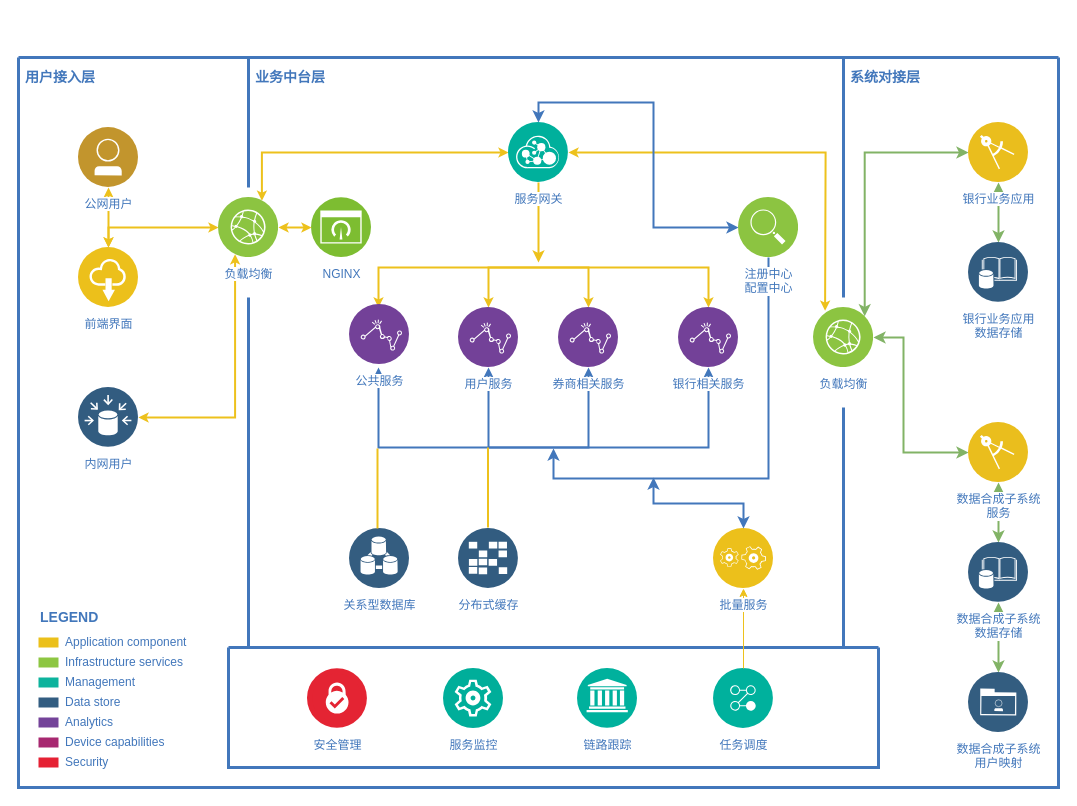
The draw.io diagram documents/未命名绘图.drawio in F46886799/springboot-in-action, before the edit. Source tidied: cells renumbered, new cells numbered last; positions are measured from the earlier drawing's top-left corner, leaving out a move shared by most shapes. Both pictures are drawn from the tidied source at 100%, with x=0, y=0 at pixel (18, 57).
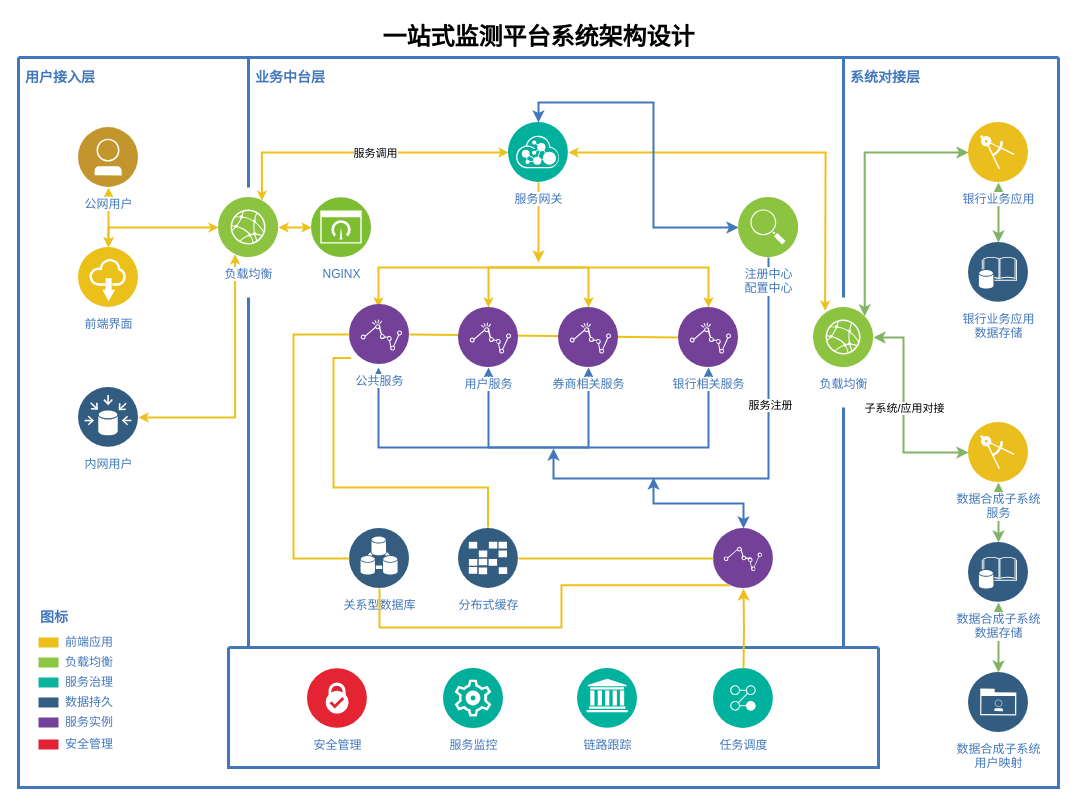
The same diagram, later.

Commit message (it also covers changes not shown here):
更新未命名绘图.drawio

Unchanged cells that the change refers to:
```xml
<mxCell id="2" style="swimlane;shadow=0;strokeColor=#4277BB;fillColor=#ffffff;fontColor=none;align=right;startSize=0;noLabel=1;strokeWidth=3;" parent="1" vertex="1">
  <mxGeometry width="1040" height="730" as="geometry" />
</mxCell>
<mxCell id="6" style="edgeStyle=orthogonalEdgeStyle;rounded=0;html=1;entryX=0.75;entryY=0;labelBackgroundColor=#ffffff;jettySize=auto;strokeColor=#EDC11C;fontColor=#000000;startArrow=classic;strokeWidth=2;endSize=4;startSize=4;" parent="2" edge="1" source="17" target="15">
  <mxGeometry relative="1" as="geometry">
    <Array as="points">
      <mxPoint x="243" y="95" />
    </Array>
  </mxGeometry>
</mxCell>
<mxCell id="19" value="银行相关服务" style="perimeter=ellipsePerimeter;html=1;align=center;shadow=0;dashed=0;image;image=img/lib/ibm/analytics/analytics.svg;strokeColor=#FF0000;fillColor=#FFFF66;gradientColor=none;fontColor=#4277BB;labelBackgroundColor=#ffffff;spacingTop=3;" parent="2" vertex="1">
  <mxGeometry x="660" y="250" width="60" height="60" as="geometry" />
</mxCell>
<mxCell id="20" value="关系型数据库" style="perimeter=ellipsePerimeter;html=1;align=center;shadow=0;dashed=0;image;image=img/lib/ibm/data/device_registry.svg;strokeColor=#FF0000;fillColor=#FFFF66;gradientColor=none;fontColor=#4277BB;labelBackgroundColor=#ffffff;spacingTop=3;" parent="2" vertex="1">
  <mxGeometry x="331" y="471" width="60" height="60" as="geometry" />
</mxCell>
<mxCell id="22" style="edgeStyle=orthogonalEdgeStyle;rounded=0;jettySize=auto;html=1;startArrow=classic;startFill=1;exitX=0;exitY=0.5;exitDx=0;exitDy=0;fillColor=#d5e8d4;strokeColor=#82b366;strokeWidth=2;" parent="2" edge="1" source="23" target="53">
  <mxGeometry relative="1" as="geometry">
    <Array as="points">
      <mxPoint x="885" y="395" />
      <mxPoint x="885" y="280" />
    </Array>
  </mxGeometry>
</mxCell>
<mxCell id="31" value="任务调度" style="image;perimeter=ellipsePerimeter;html=1;align=center;shadow=0;dashed=0;fontColor=#4277BB;labelBackgroundColor=default;fontSize=12;spacingTop=3;image=img/lib/ibm/management/process_management.svg;" parent="27" vertex="1">
  <mxGeometry x="485" y="21" width="60" height="60" as="geometry" />
</mxCell>
<mxCell id="48" style="edgeStyle=orthogonalEdgeStyle;rounded=0;jettySize=auto;html=1;strokeColor=#4277bb;strokeWidth=2;" parent="2" edge="1" source="49">
  <mxGeometry relative="1" as="geometry">
    <mxPoint x="535" y="391" as="targetPoint" />
    <Array as="points">
      <mxPoint x="750" y="421" />
      <mxPoint x="535" y="421" />
    </Array>
  </mxGeometry>
</mxCell>
<mxCell id="58" value="分布式缓存" style="image;perimeter=ellipsePerimeter;html=1;align=center;shadow=0;dashed=0;fontColor=#4277BB;labelBackgroundColor=default;fontSize=12;spacingTop=3;image=img/lib/ibm/data/caches.svg;" parent="2" vertex="1">
  <mxGeometry x="440" y="471" width="60" height="60" as="geometry" />
</mxCell>
<mxCell id="59" value="公共服务" style="perimeter=ellipsePerimeter;html=1;align=center;shadow=0;dashed=0;image;image=img/lib/ibm/analytics/analytics.svg;strokeColor=#FF0000;fillColor=#FFFF66;gradientColor=none;fontColor=#4277BB;labelBackgroundColor=#ffffff;spacingTop=3;" parent="2" vertex="1">
  <mxGeometry x="331" y="247" width="60" height="60" as="geometry" />
</mxCell>
```

The edit, as a diff of the source:
```diff
@@
+    <mxCell id="65" style="endArrow=none;html=1;rounded=0;exitX=1;exitY=0.5;exitDx=0;exitDy=0;entryX=0;entryY=0.5;entryDx=0;entryDy=0;strokeColor=#edc11c;strokeWidth=2;" parent="2" edge="1" source="59" target="19">
+      <mxGeometry relative="1" as="geometry" />
+    </mxCell>
@@
+    <mxCell id="66" value="服务调用" style="edgeLabel;html=1;align=center;verticalAlign=middle;" parent="6" vertex="1">
+      <mxGeometry x="-0.1" relative="1" as="geometry">
+        <mxPoint x="-1" as="offset" />
+      </mxGeometry>
+    </mxCell>
@@
+    <mxCell id="67" value="子系统/应用对接" style="edgeLabel;html=1;align=center;verticalAlign=middle;" parent="22" vertex="1">
+      <mxGeometry x="0.05" relative="1" as="geometry" />
+    </mxCell>
@@
-    <mxCell id="39" value="Application component" style="rounded=0;html=1;shadow=0;labelBackgroundColor=none;strokeColor=none;strokeWidth=2;fillColor=#EBC01A;gradientColor=none;fontSize=12;fontColor=#4277BB;align=left;labelPosition=right;verticalLabelPosition=middle;verticalAlign=middle;spacingLeft=5;" parent="2" vertex="1">
+    <mxCell id="39" value="前端应用" style="rounded=0;html=1;shadow=0;labelBackgroundColor=none;strokeColor=none;strokeWidth=2;fillColor=#EBC01A;gradientColor=none;fontSize=12;fontColor=#4277BB;align=left;labelPosition=right;verticalLabelPosition=middle;verticalAlign=middle;spacingLeft=5;" parent="2" vertex="1">
       <mxGeometry x="20" y="580" width="20" height="10" as="geometry" />
     </mxCell>
-    <mxCell id="40" value="Infrastructure services" style="rounded=0;html=1;shadow=0;labelBackgroundColor=none;strokeColor=none;strokeWidth=2;fillColor=#8DC642;gradientColor=none;fontSize=12;fontColor=#4277BB;align=left;labelPosition=right;verticalLabelPosition=middle;verticalAlign=middle;spacingLeft=5;" parent="2" vertex="1">
+    <mxCell id="40" value="负载均衡" style="rounded=0;html=1;shadow=0;labelBackgroundColor=none;strokeColor=none;strokeWidth=2;fillColor=#8DC642;gradientColor=none;fontSize=12;fontColor=#4277BB;align=left;labelPosition=right;verticalLabelPosition=middle;verticalAlign=middle;spacingLeft=5;" parent="2" vertex="1">
       <mxGeometry x="20" y="600" width="20" height="10" as="geometry" />
     </mxCell>
-    <mxCell id="41" value="Management" style="rounded=0;html=1;shadow=0;labelBackgroundColor=none;strokeColor=none;strokeWidth=2;fillColor=#0DB39D;gradientColor=none;fontSize=12;fontColor=#4277BB;align=left;labelPosition=right;verticalLabelPosition=middle;verticalAlign=middle;spacingLeft=5;" parent="2" vertex="1">
+    <mxCell id="41" value="服务治理" style="rounded=0;html=1;shadow=0;labelBackgroundColor=none;strokeColor=none;strokeWidth=2;fillColor=#0DB39D;gradientColor=none;fontSize=12;fontColor=#4277BB;align=left;labelPosition=right;verticalLabelPosition=middle;verticalAlign=middle;spacingLeft=5;" parent="2" vertex="1">
       <mxGeometry x="20" y="620" width="20" height="10" as="geometry" />
     </mxCell>
-    <mxCell id="42" value="Data store" style="rounded=0;html=1;shadow=0;labelBackgroundColor=none;strokeColor=none;strokeWidth=2;fillColor=#335D81;gradientColor=none;fontSize=12;fontColor=#4277BB;align=left;labelPosition=right;verticalLabelPosition=middle;verticalAlign=middle;spacingLeft=5;" parent="2" vertex="1">
+    <mxCell id="42" value="数据持久" style="rounded=0;html=1;shadow=0;labelBackgroundColor=none;strokeColor=none;strokeWidth=2;fillColor=#335D81;gradientColor=none;fontSize=12;fontColor=#4277BB;align=left;labelPosition=right;verticalLabelPosition=middle;verticalAlign=middle;spacingLeft=5;" parent="2" vertex="1">
       <mxGeometry x="20" y="640" width="20" height="10" as="geometry" />
     </mxCell>
-    <mxCell id="43" value="Analytics" style="rounded=0;html=1;shadow=0;labelBackgroundColor=none;strokeColor=none;strokeWidth=2;fillColor=#744399;gradientColor=none;fontSize=12;fontColor=#4277BB;align=left;labelPosition=right;verticalLabelPosition=middle;verticalAlign=middle;spacingLeft=5;" parent="2" vertex="1">
+    <mxCell id="43" value="服务实例" style="rounded=0;html=1;shadow=0;labelBackgroundColor=none;strokeColor=none;strokeWidth=2;fillColor=#744399;gradientColor=none;fontSize=12;fontColor=#4277BB;align=left;labelPosition=right;verticalLabelPosition=middle;verticalAlign=middle;spacingLeft=5;" parent="2" vertex="1">
       <mxGeometry x="20" y="660" width="20" height="10" as="geometry" />
     </mxCell>
-    <mxCell id="44" value="Device capabilities" style="rounded=0;html=1;shadow=0;labelBackgroundColor=none;strokeColor=none;strokeWidth=2;fillColor=#A72870;gradientColor=none;fontSize=12;fontColor=#4277BB;align=left;labelPosition=right;verticalLabelPosition=middle;verticalAlign=middle;spacingLeft=5;" parent="2" vertex="1">
-      <mxGeometry x="20" y="680" width="20" height="10" as="geometry" />
-    </mxCell>
-    <mxCell id="45" value="Security" style="rounded=0;html=1;shadow=0;labelBackgroundColor=none;strokeColor=none;strokeWidth=2;fillColor=#E52134;gradientColor=none;fontSize=12;fontColor=#4277BB;align=left;labelPosition=right;verticalLabelPosition=middle;verticalAlign=middle;spacingLeft=5;" parent="2" vertex="1">
-      <mxGeometry x="20" y="700" width="20" height="10" as="geometry" />
+    <mxCell id="45" value="安全管理" style="rounded=0;html=1;shadow=0;labelBackgroundColor=none;strokeColor=none;strokeWidth=2;fillColor=#E52134;gradientColor=none;fontSize=12;fontColor=#4277BB;align=left;labelPosition=right;verticalLabelPosition=middle;verticalAlign=middle;spacingLeft=5;" parent="2" vertex="1">
+      <mxGeometry x="20" y="682" width="20" height="10" as="geometry" />
     </mxCell>
-    <mxCell id="46" value="LEGEND" style="text;html=1;align=left;verticalAlign=middle;fontColor=#4277BB;shadow=0;dashed=0;strokeColor=none;fillColor=none;labelBackgroundColor=none;fontStyle=1;fontSize=14;spacingLeft=0;" parent="2" vertex="1">
+    <mxCell id="46" value="图标" style="text;html=1;align=left;verticalAlign=middle;fontColor=#4277BB;shadow=0;dashed=0;strokeColor=none;fillColor=none;labelBackgroundColor=none;fontStyle=1;fontSize=14;spacingLeft=0;" parent="2" vertex="1">
       <mxGeometry x="20" y="550" width="150" height="20" as="geometry" />
     </mxCell>
@@
+    <mxCell id="68" value="服务注册" style="edgeLabel;html=1;align=center;verticalAlign=middle;" parent="48" vertex="1">
+      <mxGeometry x="-0.37" y="1" relative="1" as="geometry" />
+    </mxCell>
@@
-    <mxCell id="60" style="endArrow=none;html=1;rounded=0;entryX=0.5;entryY=0;entryDx=0;entryDy=0;strokeColor=#edc11c;strokeWidth=2;" parent="2" edge="1">
+    <mxCell id="60" style="endArrow=none;html=1;rounded=0;entryX=0;entryY=0.5;entryDx=0;entryDy=0;strokeColor=#edc11c;strokeWidth=2;edgeStyle=orthogonalEdgeStyle;exitX=0;exitY=0.5;exitDx=0;exitDy=0;" parent="2" edge="1" source="59" target="20">
       <mxGeometry relative="1" as="geometry">
-        <mxPoint x="359" y="391" as="sourcePoint" />
-        <mxPoint x="359" y="471" as="targetPoint" />
+        <Array as="points">
+          <mxPoint x="275" y="277" />
+          <mxPoint x="275" y="501" />
+        </Array>
       </mxGeometry>
     </mxCell>
-    <mxCell id="61" style="endArrow=none;html=1;rounded=0;entryX=0.5;entryY=0;entryDx=0;entryDy=0;strokeColor=#edc11c;strokeWidth=2;" parent="2" edge="1">
+    <mxCell id="61" style="endArrow=none;html=1;rounded=0;entryX=0.5;entryY=0;entryDx=0;entryDy=0;strokeColor=#edc11c;strokeWidth=2;edgeStyle=orthogonalEdgeStyle;exitX=0.027;exitY=0.89;exitDx=0;exitDy=0;exitPerimeter=0;" parent="2" edge="1" source="59">
       <mxGeometry relative="1" as="geometry">
-        <mxPoint x="469.5" y="390" as="sourcePoint" />
         <mxPoint x="469.5" y="470" as="targetPoint" />
+        <Array as="points">
+          <mxPoint x="315" y="300" />
+          <mxPoint x="315" y="430" />
+          <mxPoint x="469" y="430" />
+        </Array>
       </mxGeometry>
     </mxCell>
-    <mxCell id="62" style="edgeStyle=orthogonalEdgeStyle;rounded=0;jettySize=auto;html=1;startArrow=classic;startFill=1;endArrow=none;endFill=0;strokeColor=#edc11c;" parent="2" edge="1" source="63" target="31">
-      <mxGeometry relative="1" as="geometry" />
+    <mxCell id="62" style="edgeStyle=orthogonalEdgeStyle;rounded=0;jettySize=auto;html=1;startArrow=classic;startFill=1;endArrow=none;endFill=0;strokeColor=#edc11c;strokeWidth=2;" parent="2" edge="1" target="31">
+      <mxGeometry relative="1" as="geometry">
+        <mxPoint x="725" y="531" as="sourcePoint" />
+      </mxGeometry>
     </mxCell>
-    <mxCell id="63" value="批量服务" style="image;perimeter=ellipsePerimeter;html=1;align=center;shadow=0;dashed=0;fontColor=#4277BB;labelBackgroundColor=default;fontSize=12;spacingTop=3;image=img/lib/ibm/applications/application_logic.svg;" parent="2" vertex="1">
-      <mxGeometry x="695" y="471" width="60" height="60" as="geometry" />
-    </mxCell>
+    <mxCell id="69" style="image;perimeter=ellipsePerimeter;html=1;align=center;shadow=0;dashed=0;fontColor=#4277BB;labelBackgroundColor=default;fontSize=12;spacingTop=3;image=img/lib/ibm/analytics/data_repositories.svg;" parent="2" vertex="1">
+      <mxGeometry x="695" y="471" width="60" height="60" as="geometry" />
+    </mxCell>
+    <mxCell id="70" style="endArrow=none;html=1;rounded=0;entryX=1;entryY=0.5;entryDx=0;entryDy=0;strokeColor=#edc11c;strokeWidth=2;edgeStyle=orthogonalEdgeStyle;exitX=0;exitY=0.5;exitDx=0;exitDy=0;" parent="2" edge="1" source="69" target="58">
+      <mxGeometry relative="1" as="geometry" />
+    </mxCell>
+    <mxCell id="71" style="endArrow=none;html=1;rounded=0;entryX=0.5;entryY=1;entryDx=0;entryDy=0;strokeColor=#edc11c;strokeWidth=2;edgeStyle=orthogonalEdgeStyle;exitX=0.25;exitY=1;exitDx=0;exitDy=0;" parent="2" edge="1" source="69" target="20">
+      <mxGeometry relative="1" as="geometry">
+        <Array as="points">
+          <mxPoint x="543" y="528" />
+          <mxPoint x="543" y="570" />
+          <mxPoint x="361" y="570" />
+        </Array>
+      </mxGeometry>
+    </mxCell>
-    <mxCell id="64" style="endArrow=classic;html=1;rounded=0;exitX=0.5;exitY=0;exitDx=0;exitDy=0;edgeStyle=orthogonalEdgeStyle;startArrow=classic;startFill=1;endFill=1;strokeColor=#4277bb;strokeWidth=2;" parent="1" edge="1" source="63">
+    <mxCell id="64" style="endArrow=classic;html=1;rounded=0;exitX=0.5;exitY=0;exitDx=0;exitDy=0;edgeStyle=orthogonalEdgeStyle;startArrow=classic;startFill=1;endFill=1;strokeColor=#4277bb;strokeWidth=2;" parent="1" edge="1">
       <mxGeometry relative="1" as="geometry">
+        <mxPoint x="725" y="471" as="sourcePoint" />
         <mxPoint x="635" y="420" as="targetPoint" />
         <Array as="points">
           <mxPoint x="725" y="446" />
           <mxPoint x="635" y="446" />
           <mxPoint x="635" y="420" />
         </Array>
       </mxGeometry>
     </mxCell>
+    <mxCell id="72" value="一站式监测平台系统架构设计" style="text;strokeColor=none;fillColor=none;html=1;fontSize=24;fontStyle=1;verticalAlign=middle;align=center;" parent="1" vertex="1">
+      <mxGeometry x="470" y="-40" width="100" height="40" as="geometry" />
+    </mxCell>
```
